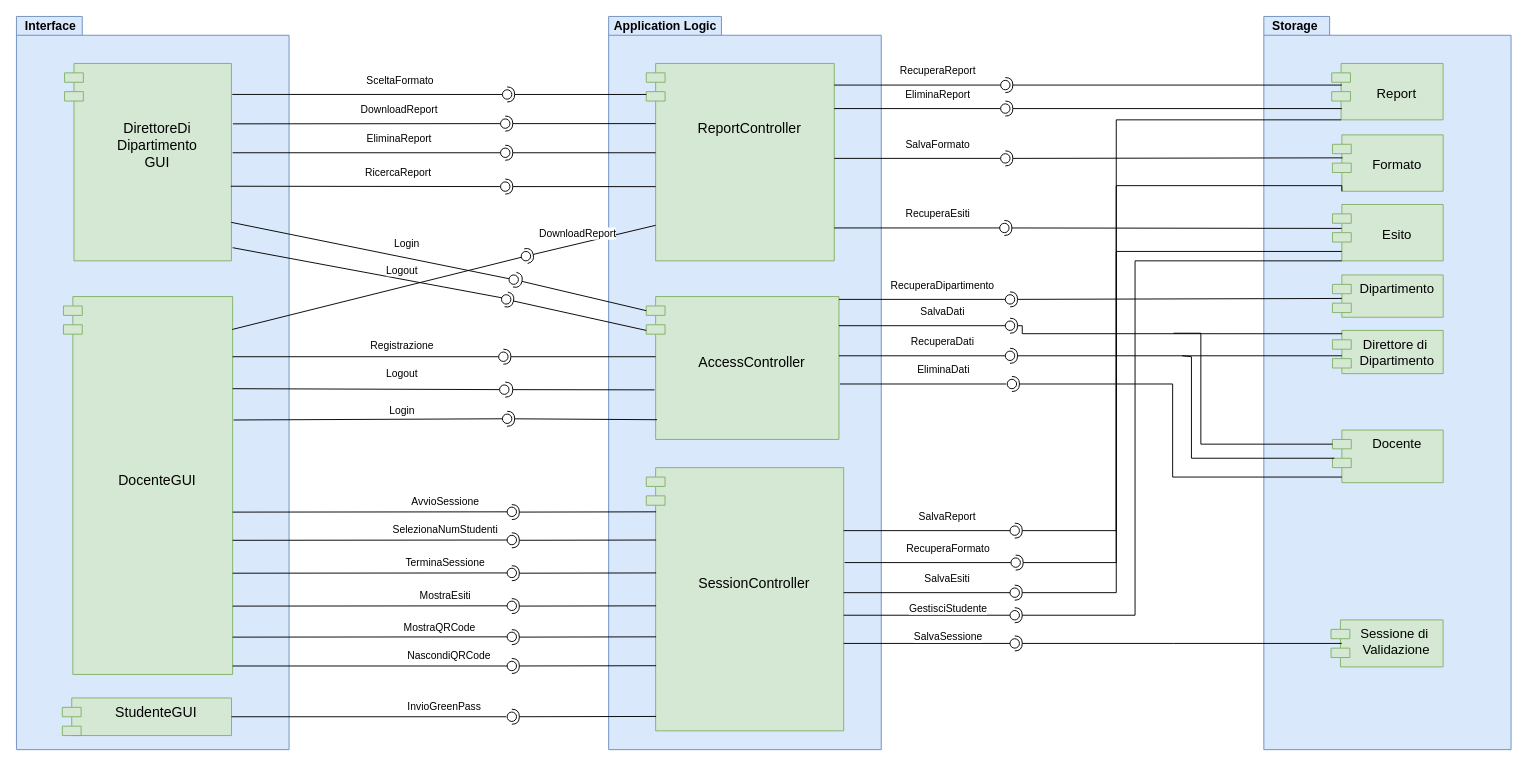
Above: Documentazione/Resources/Servizi dei Sottosistemi/ServiziSottosistemi.drawio in Alberto-00/EasyPass (draw.io), before the change. Source tidied: cells renumbered, new cells numbered last; positions are measured from the earlier drawing's top-left corner, leaving out a move shared by most shapes. Both pictures are drawn from the tidied source at 94%, with x=0, y=0 at pixel (16, 16).
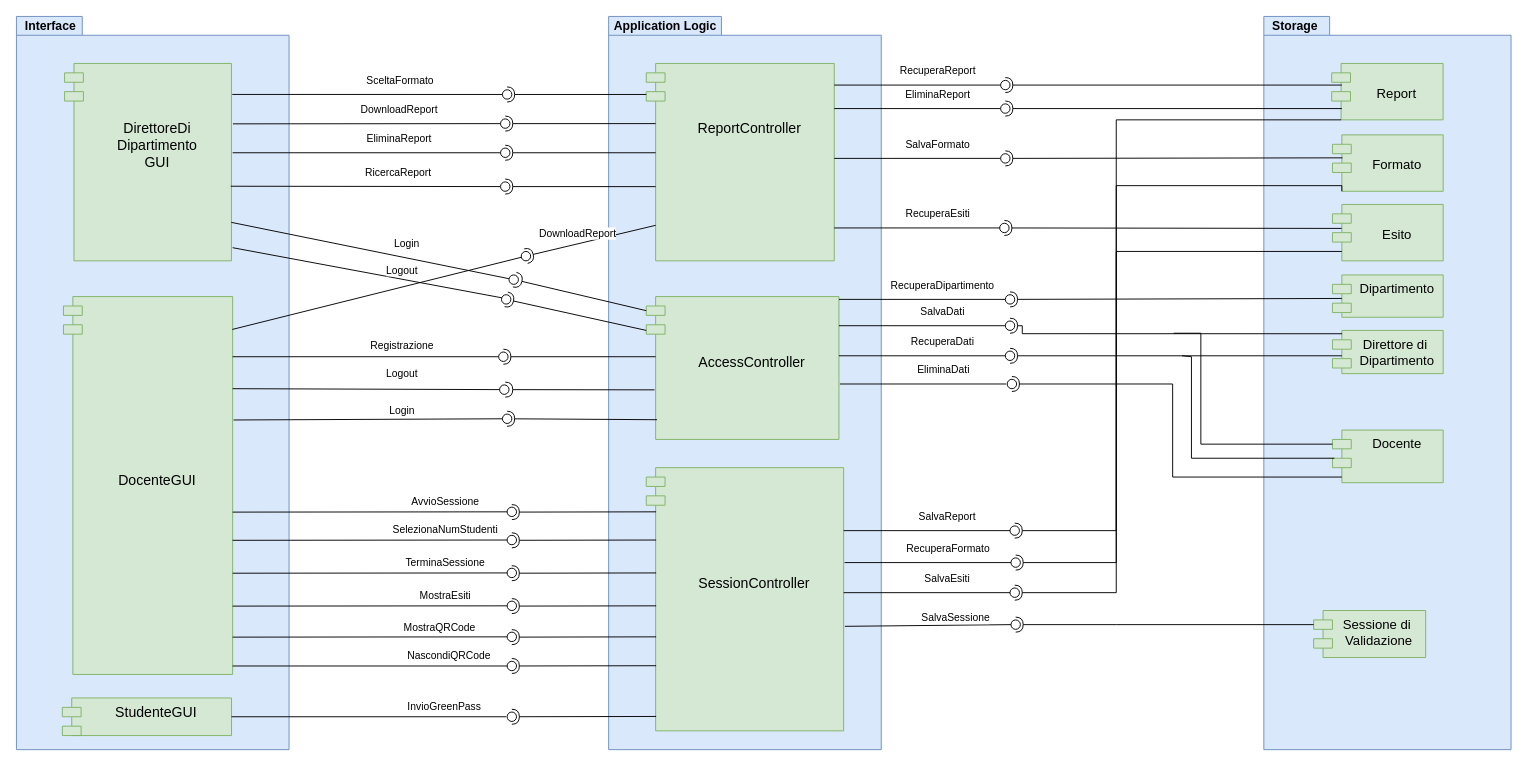
After the change.

Unchanged cells that the change refers to:
```xml
<mxCell id="11" value="&#10;Esito" style="shape=module;align=left;spacingLeft=20;align=center;verticalAlign=top;fillColor=#d5e8d4;strokeColor=#82b366;fontSize=14;" parent="1" vertex="1">
  <mxGeometry x="1400" y="200" width="117.8" height="60" as="geometry" />
</mxCell>
```

What changed in the source:
```diff
@@
     <mxCell id="13" value="Sessione di &#10;Validazione" style="shape=module;align=left;spacingLeft=20;align=center;verticalAlign=top;fillColor=#d5e8d4;strokeColor=#82b366;fontSize=14;" parent="1" vertex="1">
-      <mxGeometry x="1398.5" y="642" width="119.2" height="50" as="geometry" />
+      <mxGeometry x="1380" y="632" width="119.2" height="50" as="geometry" />
     </mxCell>
@@
-    <mxCell id="78" value="SalvaSessione" style="rounded=0;orthogonalLoop=1;jettySize=auto;html=1;endArrow=none;endFill=0;sketch=0;sourcePerimeterSpacing=0;targetPerimeterSpacing=0;" parent="1" edge="1">
-      <mxGeometry x="0.24" y="7" relative="1" as="geometry">
-        <mxPoint x="880" y="667" as="sourcePoint" />
-        <mxPoint x="1057" y="667" as="targetPoint" />
-        <mxPoint x="1" as="offset" />
+    <mxCell id="78" value="SalvaSessione" style="rounded=0;orthogonalLoop=1;jettySize=auto;html=1;endArrow=none;endFill=0;sketch=0;sourcePerimeterSpacing=0;targetPerimeterSpacing=0;exitX=1.006;exitY=0.603;exitDx=0;exitDy=0;exitPerimeter=0;" parent="1" edge="1">
+      <mxGeometry x="0.34" y="8" relative="1" as="geometry">
+        <mxPoint x="881.3" y="648.8" as="sourcePoint" />
+        <mxPoint x="1058" y="647" as="targetPoint" />
       </mxGeometry>
     </mxCell>
-    <mxCell id="79" style="rounded=0;jettySize=auto;html=1;endArrow=halfCircle;endFill=0;entryX=0.5;entryY=0.5;endSize=6;strokeWidth=1;sketch=0;edgeStyle=orthogonalEdgeStyle;exitX=0.096;exitY=0.5;exitDx=0;exitDy=0;exitPerimeter=0;" parent="1" edge="1" source="13">
+    <mxCell id="79" style="rounded=0;jettySize=auto;html=1;endArrow=halfCircle;endFill=0;endSize=6;strokeWidth=1;sketch=0;exitX=0;exitY=0;exitDx=0;exitDy=15;exitPerimeter=0;" parent="1" edge="1" source="13">
       <mxGeometry relative="1" as="geometry">
-        <mxPoint x="1062" y="667" as="targetPoint" />
+        <mxPoint x="1063" y="647" as="targetPoint" />
+        <Array as="points">
+          <mxPoint x="1170" y="647" />
+        </Array>
       </mxGeometry>
     </mxCell>
     <mxCell id="80" style="ellipse;whiteSpace=wrap;html=1;align=center;sketch=0;" parent="1" vertex="1">
-      <mxGeometry x="1057" y="662" width="10" height="10" as="geometry" />
+      <mxGeometry x="1058" y="642" width="10" height="10" as="geometry" />
     </mxCell>
@@
-    <mxCell id="112" value="GestisciStudente" style="rounded=0;orthogonalLoop=1;jettySize=auto;html=1;endArrow=none;endFill=0;sketch=0;sourcePerimeterSpacing=0;targetPerimeterSpacing=0;" parent="1" edge="1">
-      <mxGeometry x="0.24" y="7" relative="1" as="geometry">
-        <mxPoint x="880" y="637" as="sourcePoint" />
-        <mxPoint x="1057" y="637" as="targetPoint" />
-        <mxPoint x="1" as="offset" />
-      </mxGeometry>
-    </mxCell>
-    <mxCell id="113" style="rounded=0;jettySize=auto;html=1;endArrow=halfCircle;endFill=0;entryX=0.5;entryY=0.5;endSize=6;strokeWidth=1;sketch=0;edgeStyle=orthogonalEdgeStyle;exitX=0;exitY=1;exitDx=10;exitDy=0;exitPerimeter=0;" parent="1" edge="1" source="11">
-      <mxGeometry relative="1" as="geometry">
-        <mxPoint x="1062" y="637" as="targetPoint" />
-        <Array as="points">
-          <mxPoint x="1190" y="260" />
-          <mxPoint x="1190" y="637" />
-        </Array>
-      </mxGeometry>
-    </mxCell>
-    <mxCell id="114" style="ellipse;whiteSpace=wrap;html=1;align=center;sketch=0;" parent="1" vertex="1">
-      <mxGeometry x="1057" y="632" width="10" height="10" as="geometry" />
-    </mxCell>
```
